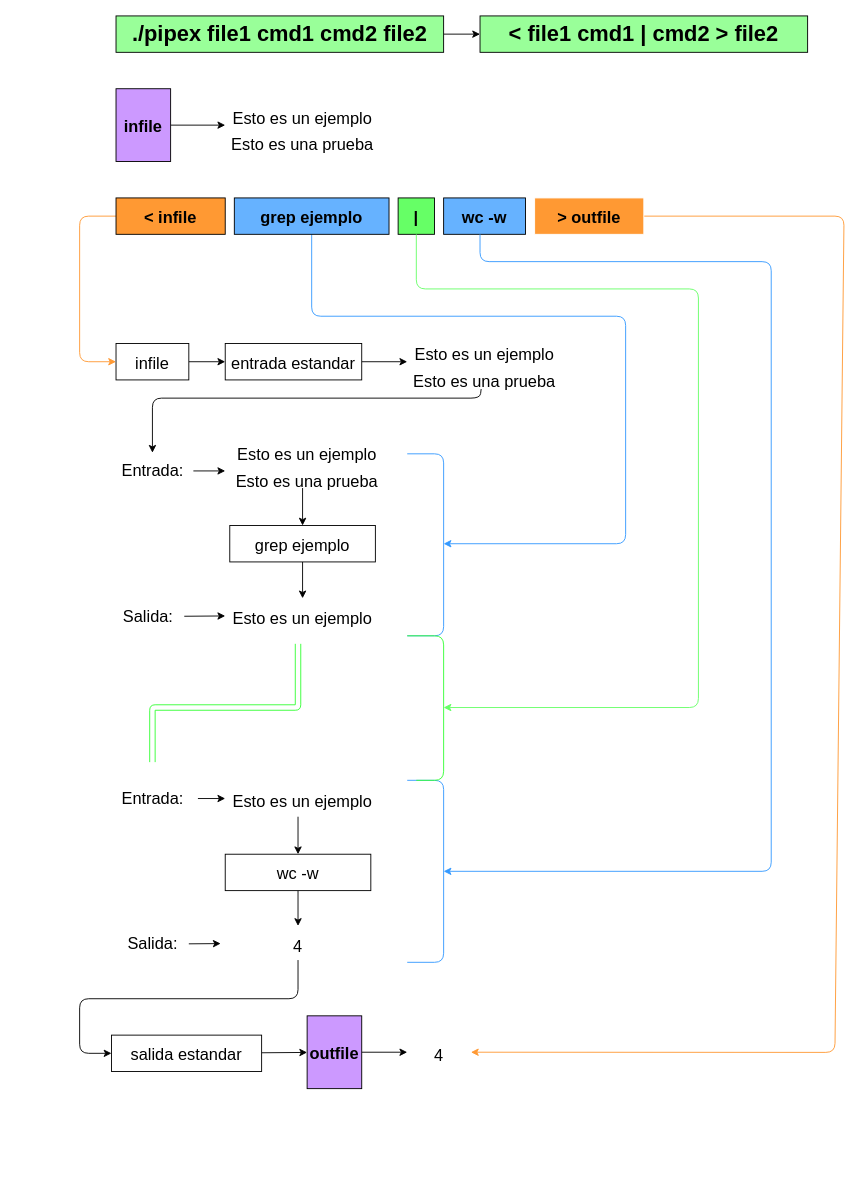
jd17jd/42_Pipex keeps this draw.io diagram as src/pipex.drawio. Above is the earlier version. Source tidied: cells renumbered, new cells numbered last; positions are measured from the earlier drawing's top-left corner, leaving out a move shared by most shapes. Both pictures are drawn from the tidied source at 91%, with x=0, y=0 at pixel (79, 15).
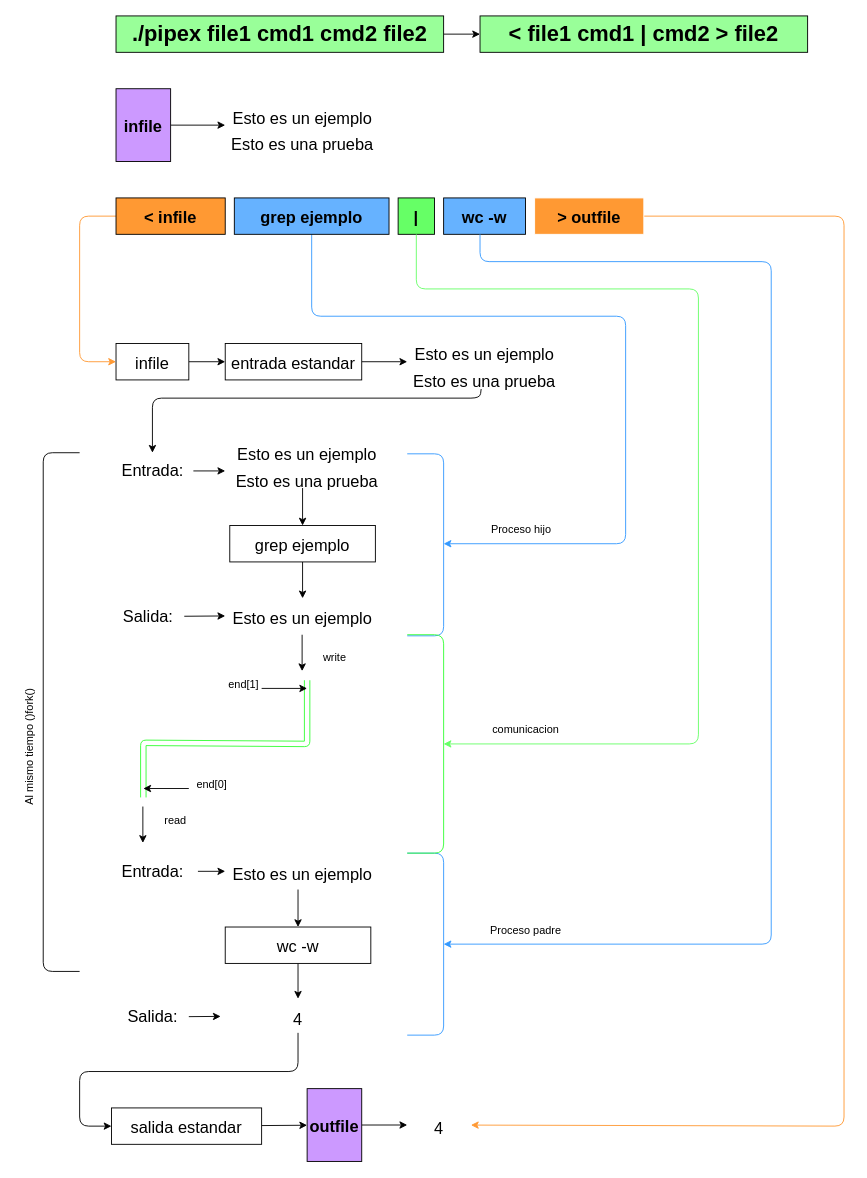
Above is the later version.

Unchanged cells that the change refers to:
```xml
<mxCell id="13" value="&lt;span style=&quot;&quot;&gt;&lt;font color=&quot;#000000&quot; style=&quot;font-size: 18px;&quot;&gt;&lt;b&gt;&amp;gt; outfile&lt;/b&gt;&lt;/font&gt;&lt;/span&gt;" style="whiteSpace=wrap;html=1;fontSize=24;fillColor=#FF9933;strokeColor=#FFFFFF;" parent="1" vertex="1">
  <mxGeometry x="500" y="200" width="120" height="40" as="geometry" />
</mxCell>
```

Diff of the diagram source:
```diff
@@
     <mxCell id="12" style="edgeStyle=none;html=1;fontSize=18;strokeColor=#FF9933;" parent="1" edge="1" source="13" target="49">
       <mxGeometry relative="1" as="geometry">
         <Array as="points">
           <mxPoint x="840" y="220" />
-          <mxPoint x="830" y="1139" />
+          <mxPoint x="840" y="1220" />
         </Array>
       </mxGeometry>
     </mxCell>
@@
     <mxCell id="30" style="curved=1;endArrow=classic;html=1;fontSize=18;shape=link;width=6;strokeColor=#33FF33;" parent="1" edge="1">
       <mxGeometry relative="1" as="geometry">
-        <mxPoint x="80" y="820" as="sourcePoint" />
-        <mxPoint x="240" y="690" as="targetPoint" />
+        <mxPoint x="70" y="858.8" as="sourcePoint" />
+        <mxPoint x="250" y="730" as="targetPoint" />
         <Array as="points">
-          <mxPoint x="80" y="760" />
-          <mxPoint x="240" y="760" />
+          <mxPoint x="70" y="798.8" />
+          <mxPoint x="250" y="800" />
         </Array>
       </mxGeometry>
     </mxCell>
     <mxCell id="31" value="Entrada:" style="text;html=1;align=center;verticalAlign=middle;strokeColor=none;fillColor=none;fontSize=18;" parent="1" vertex="1">
-      <mxGeometry x="35" y="841.2" width="90" height="40" as="geometry" />
+      <mxGeometry x="35" y="921.2" width="90" height="40" as="geometry" />
     </mxCell>
     <mxCell id="32" style="edgeStyle=none;html=1;fontSize=18;" parent="1" edge="1" target="33">
       <mxGeometry relative="1" as="geometry">
-        <mxPoint x="130" y="860" as="sourcePoint" />
+        <mxPoint x="130" y="940" as="sourcePoint" />
       </mxGeometry>
     </mxCell>
     <mxCell id="33" value="&lt;span style=&quot;font-family: Helvetica; font-style: normal; font-variant-ligatures: normal; font-variant-caps: normal; font-weight: 400; letter-spacing: normal; orphans: 2; text-indent: 0px; text-transform: none; widows: 2; word-spacing: 0px; -webkit-text-stroke-width: 0px; text-decoration-thickness: initial; text-decoration-style: initial; text-decoration-color: initial; float: none; display: inline !important;&quot;&gt;&lt;font color=&quot;#000000&quot; style=&quot;font-size: 18px;&quot;&gt;Esto es un ejemplo&lt;/font&gt;&lt;/span&gt;" style="text;whiteSpace=wrap;html=1;fontSize=24;align=center;" parent="1" vertex="1">
-      <mxGeometry x="160" y="841.2" width="170" height="37.5" as="geometry" />
+      <mxGeometry x="160" y="921.2" width="170" height="37.5" as="geometry" />
     </mxCell>
     <mxCell id="34" style="edgeStyle=none;html=1;fontSize=18;" parent="1" edge="1" target="36">
       <mxGeometry relative="1" as="geometry">
-        <mxPoint x="240" y="880" as="sourcePoint" />
+        <mxPoint x="240" y="960" as="sourcePoint" />
       </mxGeometry>
     </mxCell>
@@
     <mxCell id="36" value="&lt;span style=&quot;&quot;&gt;&lt;font style=&quot;font-size: 18px;&quot;&gt;wc -w&lt;/font&gt;&lt;/span&gt;" style="whiteSpace=wrap;html=1;fontSize=24;" parent="1" vertex="1">
-      <mxGeometry x="160" y="921.2" width="160" height="40" as="geometry" />
+      <mxGeometry x="160" y="1001.2" width="160" height="40" as="geometry" />
     </mxCell>
@@
     <mxCell id="38" value="Salida:" style="text;html=1;align=center;verticalAlign=middle;points=[];strokeColor=none;fillColor=none;fontSize=18;" parent="1" vertex="1">
-      <mxGeometry x="40" y="1000" width="80" height="40" as="geometry" />
+      <mxGeometry x="40" y="1080" width="80" height="40" as="geometry" />
     </mxCell>
     <mxCell id="39" style="edgeStyle=none;html=1;fontSize=18;" parent="1" edge="1" source="40" target="46">
       <mxGeometry relative="1" as="geometry">
         <Array as="points">
-          <mxPoint x="240" y="1080" />
-          <mxPoint y="1080" />
-          <mxPoint y="1140" />
+          <mxPoint x="240" y="1160" />
+          <mxPoint y="1160" />
+          <mxPoint y="1220" />
         </Array>
       </mxGeometry>
     </mxCell>
     <mxCell id="40" value="&lt;span style=&quot;font-family: Helvetica; font-style: normal; font-variant-ligatures: normal; font-variant-caps: normal; font-weight: 400; letter-spacing: normal; orphans: 2; text-indent: 0px; text-transform: none; widows: 2; word-spacing: 0px; -webkit-text-stroke-width: 0px; text-decoration-thickness: initial; text-decoration-style: initial; text-decoration-color: initial; float: none; display: inline !important;&quot;&gt;&lt;font color=&quot;#000000&quot; style=&quot;font-size: 18px;&quot;&gt;4&lt;/font&gt;&lt;/span&gt;" style="text;whiteSpace=wrap;html=1;fontSize=24;align=center;" parent="1" vertex="1">
-      <mxGeometry x="155" y="1000" width="170" height="37.5" as="geometry" />
+      <mxGeometry x="155" y="1080" width="170" height="37.5" as="geometry" />
     </mxCell>
     <mxCell id="41" style="endArrow=none;html=1;fontSize=18;strokeColor=#3399FF;" parent="1" edge="1">
       <mxGeometry relative="1" as="geometry">
-        <mxPoint x="360" y="1040" as="sourcePoint" />
-        <mxPoint x="360" y="840" as="targetPoint" />
+        <mxPoint x="360" y="1120" as="sourcePoint" />
+        <mxPoint x="360" y="920" as="targetPoint" />
         <Array as="points">
-          <mxPoint x="400" y="1040" />
-          <mxPoint x="400" y="840" />
+          <mxPoint x="400" y="1120" />
+          <mxPoint x="400" y="920" />
         </Array>
       </mxGeometry>
     </mxCell>
     <mxCell id="42" style="edgeStyle=none;html=1;fontSize=18;strokeColor=#66FF66;" parent="1" edge="1">
       <mxGeometry relative="1" as="geometry">
         <mxPoint x="370" y="240" as="sourcePoint" />
-        <mxPoint x="400" y="760" as="targetPoint" />
+        <mxPoint x="400" y="800" as="targetPoint" />
         <Array as="points">
           <mxPoint x="370" y="300" />
           <mxPoint x="680" y="300" />
-          <mxPoint x="680" y="760" />
+          <mxPoint x="680" y="800" />
         </Array>
       </mxGeometry>
     </mxCell>
     <mxCell id="43" style="edgeStyle=none;html=1;fontSize=18;fillColor=#66B2FF;strokeColor=#3399FF;" parent="1" edge="1">
       <mxGeometry relative="1" as="geometry">
         <mxPoint x="440" y="240" as="sourcePoint" />
-        <mxPoint x="400" y="940" as="targetPoint" />
+        <mxPoint x="400" y="1020" as="targetPoint" />
         <Array as="points">
           <mxPoint x="440" y="270" />
           <mxPoint x="760" y="270" />
-          <mxPoint x="760" y="940" />
+          <mxPoint x="760" y="1020" />
         </Array>
       </mxGeometry>
     </mxCell>
     <mxCell id="44" style="endArrow=none;html=1;fontSize=18;strokeColor=#33FF33;" parent="1" edge="1">
       <mxGeometry relative="1" as="geometry">
-        <mxPoint x="370" y="840" as="sourcePoint" />
-        <mxPoint x="360" y="681.2" as="targetPoint" />
+        <mxPoint x="360" y="920" as="sourcePoint" />
+        <mxPoint x="360" y="680" as="targetPoint" />
         <Array as="points">
-          <mxPoint x="400" y="840" />
-          <mxPoint x="400" y="681.2" />
+          <mxPoint x="400" y="920" />
+          <mxPoint x="400" y="680" />
         </Array>
       </mxGeometry>
     </mxCell>
@@
     <mxCell id="46" value="&lt;font style=&quot;font-size: 18px;&quot;&gt;salida estandar&lt;/font&gt;" style="whiteSpace=wrap;html=1;fontSize=24;" parent="1" vertex="1">
-      <mxGeometry x="35" y="1120" width="165" height="40" as="geometry" />
+      <mxGeometry x="35" y="1200" width="165" height="40" as="geometry" />
     </mxCell>
@@
     <mxCell id="48" value="&lt;font color=&quot;#000000&quot; style=&quot;font-size: 18px;&quot;&gt;&lt;b&gt;outfile&lt;/b&gt;&lt;/font&gt;" style="whiteSpace=wrap;html=1;fontSize=24;fillColor=#CC99FF;" parent="1" vertex="1">
-      <mxGeometry x="250" y="1098.8" width="60" height="80" as="geometry" />
+      <mxGeometry x="250" y="1178.8" width="60" height="80" as="geometry" />
     </mxCell>
     <mxCell id="49" value="&lt;span style=&quot;font-family: Helvetica; font-style: normal; font-variant-ligatures: normal; font-variant-caps: normal; font-weight: 400; letter-spacing: normal; orphans: 2; text-indent: 0px; text-transform: none; widows: 2; word-spacing: 0px; -webkit-text-stroke-width: 0px; text-decoration-thickness: initial; text-decoration-style: initial; text-decoration-color: initial; float: none; display: inline !important;&quot;&gt;&lt;font color=&quot;#000000&quot; style=&quot;font-size: 18px;&quot;&gt;4&lt;/font&gt;&lt;/span&gt;" style="text;whiteSpace=wrap;html=1;fontSize=24;align=center;" parent="1" vertex="1">
-      <mxGeometry x="360" y="1120" width="70" height="37.5" as="geometry" />
+      <mxGeometry x="360" y="1200" width="70" height="37.5" as="geometry" />
     </mxCell>
@@
+    <mxCell id="52" style="edgeStyle=none;html=1;fontSize=18;" parent="1" edge="1">
+      <mxGeometry relative="1" as="geometry">
+        <mxPoint x="200" y="739" as="sourcePoint" />
+        <mxPoint x="250" y="739" as="targetPoint" />
+      </mxGeometry>
+    </mxCell>
+    <mxCell id="53" style="edgeStyle=none;html=1;fontSize=18;" parent="1" edge="1">
+      <mxGeometry relative="1" as="geometry">
+        <mxPoint x="120" y="849" as="sourcePoint" />
+        <mxPoint x="70" y="849" as="targetPoint" />
+      </mxGeometry>
+    </mxCell>
+    <mxCell id="54" value="&lt;font color=&quot;#000000&quot;&gt;end[1]&lt;/font&gt;" style="text;html=1;align=center;verticalAlign=middle;strokeColor=none;fillColor=none;" parent="1" vertex="1">
+      <mxGeometry x="150" y="720" width="60" height="30" as="geometry" />
+    </mxCell>
+    <mxCell id="55" value="&lt;font color=&quot;#000000&quot;&gt;end[0]&lt;/font&gt;" style="text;html=1;align=center;verticalAlign=middle;strokeColor=none;fillColor=none;" parent="1" vertex="1">
+      <mxGeometry x="115" y="830" width="60" height="30" as="geometry" />
+    </mxCell>
+    <mxCell id="56" value="Proceso hijo" style="text;html=1;align=center;verticalAlign=middle;strokeColor=none;fillColor=none;fontColor=#000000;" parent="1" vertex="1">
+      <mxGeometry x="440" y="550" width="90" height="30" as="geometry" />
+    </mxCell>
+    <mxCell id="57" value="comunicacion" style="text;html=1;align=center;verticalAlign=middle;strokeColor=none;fillColor=none;fontColor=#000000;" parent="1" vertex="1">
+      <mxGeometry x="440" y="770" width="100" height="30" as="geometry" />
+    </mxCell>
+    <mxCell id="58" value="Proceso padre" style="text;html=1;align=center;verticalAlign=middle;strokeColor=none;fillColor=none;fontColor=#000000;" parent="1" vertex="1">
+      <mxGeometry x="440" y="990" width="100" height="30" as="geometry" />
+    </mxCell>
+    <mxCell id="59" style="endArrow=none;html=1;fontSize=18;strokeColor=#000000;fillColor=#000000;" parent="1" edge="1">
+      <mxGeometry relative="1" as="geometry">
+        <mxPoint y="1050" as="sourcePoint" />
+        <mxPoint y="480" as="targetPoint" />
+        <Array as="points">
+          <mxPoint x="-40" y="1050" />
+          <mxPoint x="-40" y="480" />
+        </Array>
+      </mxGeometry>
+    </mxCell>
+    <mxCell id="60" value="Al mismo tiempo ()fork()" style="text;html=1;align=center;verticalAlign=middle;strokeColor=none;fillColor=none;fontColor=#000000;rotation=-90;" parent="1" vertex="1">
+      <mxGeometry x="-130" y="788.8" width="150" height="30" as="geometry" />
+    </mxCell>
+    <mxCell id="61" style="edgeStyle=none;html=1;fontSize=18;" parent="1" edge="1">
+      <mxGeometry relative="1" as="geometry">
+        <mxPoint x="244.5" y="680" as="sourcePoint" />
+        <mxPoint x="244.5" y="720" as="targetPoint" />
+      </mxGeometry>
+    </mxCell>
+    <mxCell id="62" style="edgeStyle=none;html=1;fontSize=18;" parent="1" edge="1">
+      <mxGeometry relative="1" as="geometry">
+        <mxPoint x="69.5" y="868.8" as="sourcePoint" />
+        <mxPoint x="69.5" y="908.8" as="targetPoint" />
+      </mxGeometry>
+    </mxCell>
+    <mxCell id="63" value="&lt;font color=&quot;#000000&quot;&gt;write&lt;/font&gt;" style="text;html=1;align=center;verticalAlign=middle;strokeColor=none;fillColor=none;" parent="1" vertex="1">
+      <mxGeometry x="255" y="690" width="50" height="30" as="geometry" />
+    </mxCell>
+    <mxCell id="64" value="&lt;font color=&quot;#000000&quot;&gt;read&lt;/font&gt;" style="text;html=1;align=center;verticalAlign=middle;strokeColor=none;fillColor=none;" parent="1" vertex="1">
+      <mxGeometry x="80" y="868.8" width="50" height="30" as="geometry" />
+    </mxCell>
```
